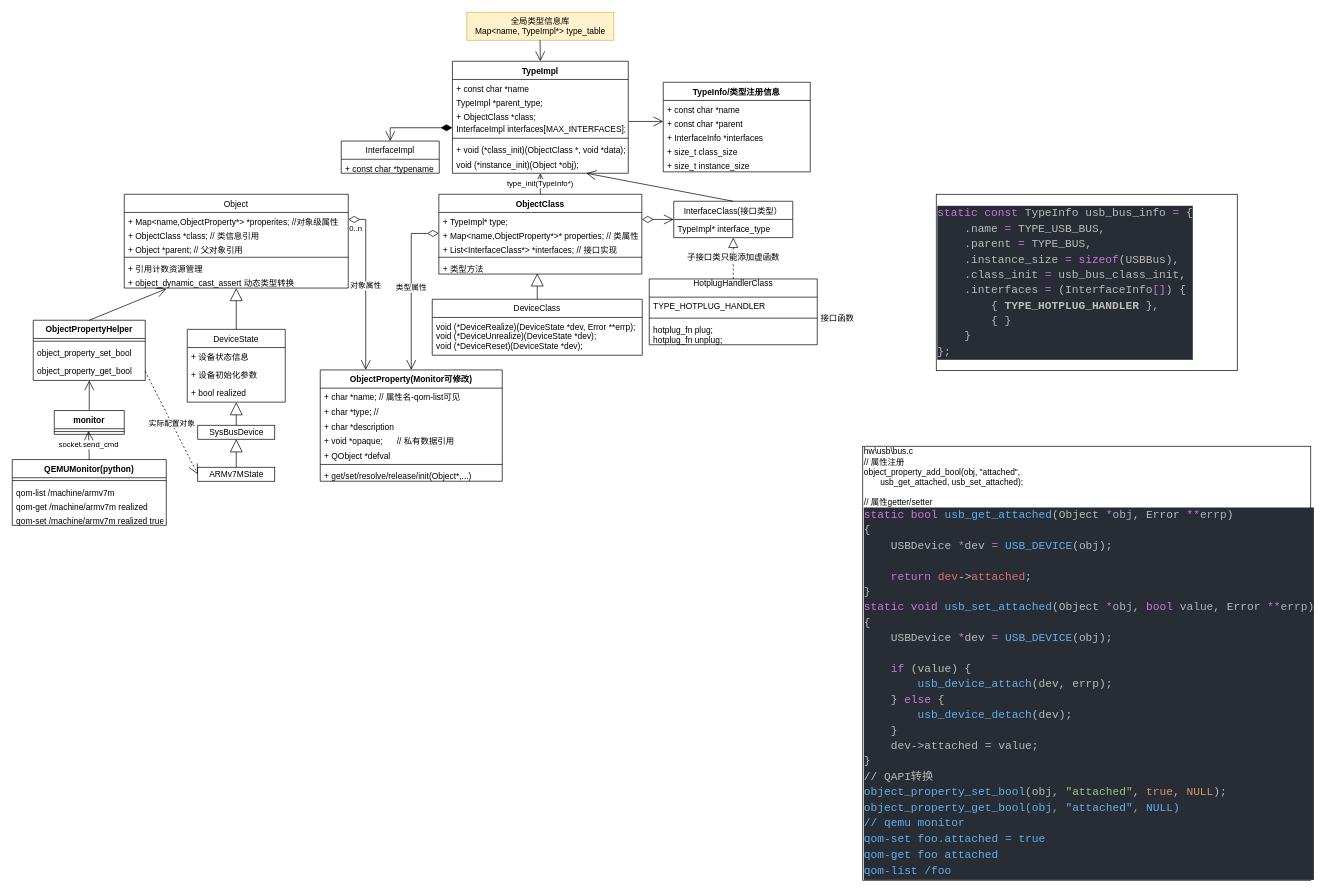
Above: QOM-BigArch.drawio in youtubezou/A-thinking-in-linux (draw.io), before the change. Source tidied: cells renumbered, new cells numbered last; positions are measured from the earlier drawing's top-left corner, leaving out a move shared by most shapes. Both pictures are drawn from the tidied source at 70%, with x=0, y=0 at pixel (12, 12).
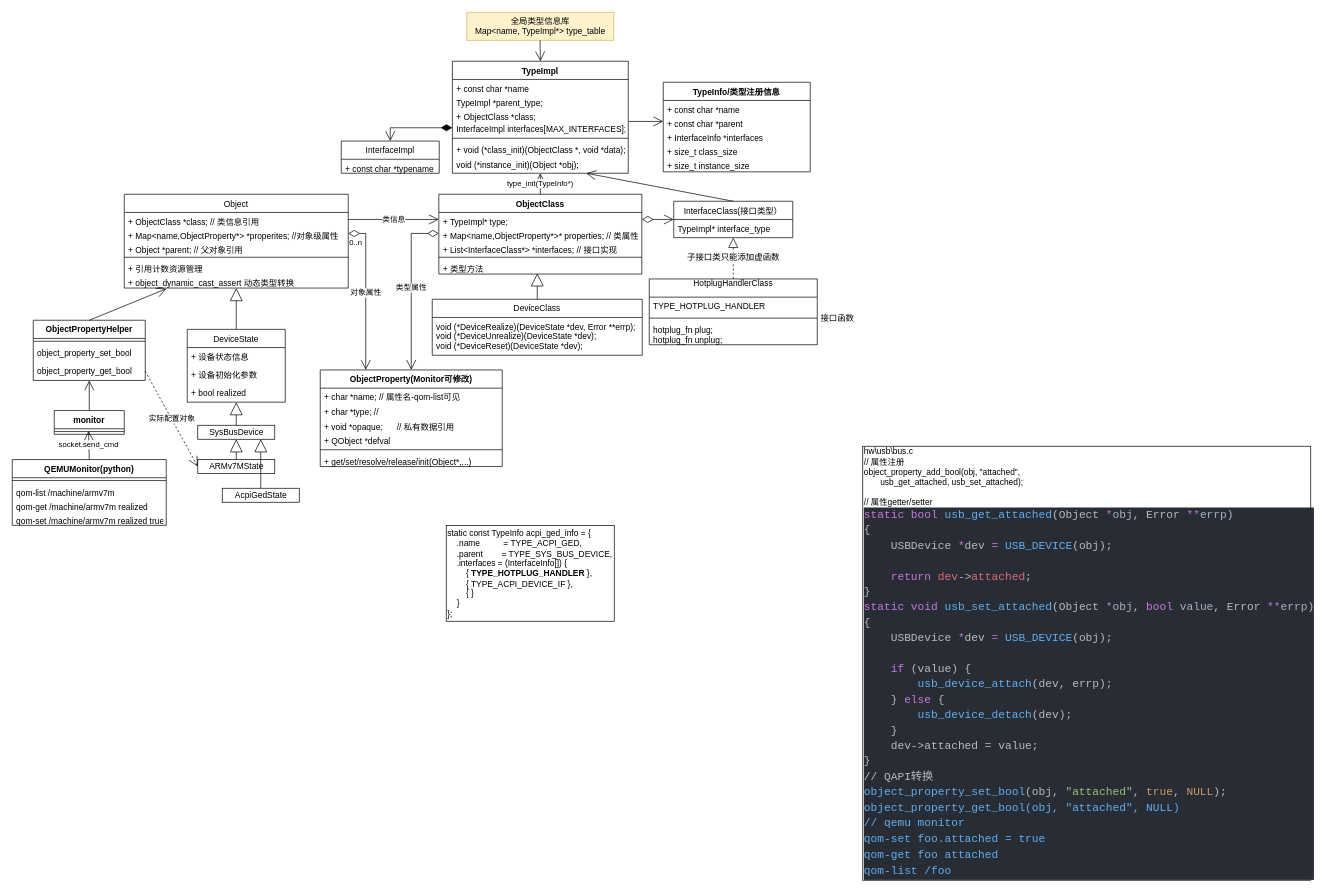
After the change.

Unchanged cells that the change refers to:
```xml
<mxCell id="2" value="Object" style="swimlane;fontStyle=0;horizontal=1;startSize=26;fillColor=none;" parent="1" vertex="1">
  <mxGeometry x="160" y="260" width="320" height="134" as="geometry" />
</mxCell>
<mxCell id="10" value="+ TypeImpl* type;" style="text;strokeColor=none;fillColor=none;align=left;verticalAlign=top;spacingLeft=4;spacingRight=4;overflow=hidden;points=[[0,0.5],[1,0.5]];portConstraint=eastwest;" parent="9" vertex="1">
  <mxGeometry y="26" width="290" height="20" as="geometry" />
</mxCell>
<mxCell id="48" value="SysBusDevice" style="html=1;" parent="1" vertex="1">
  <mxGeometry x="265" y="590" width="110" height="20" as="geometry" />
</mxCell>
```

What changed in the source:
```diff
@@
+    <mxCell id="4" value="+ ObjectClass *class; // 类信息引用" style="text;strokeColor=none;fillColor=none;align=left;verticalAlign=top;spacingLeft=4;spacingRight=4;overflow=hidden;points=[[0,0.5],[1,0.5]];portConstraint=eastwest;" parent="2" vertex="1">
+      <mxGeometry y="26" width="320" height="20" as="geometry" />
+    </mxCell>
     <mxCell id="3" value="+ Map&lt;name,ObjectProperty*&gt; *properites; //对象级属性" style="text;strokeColor=none;fillColor=none;align=left;verticalAlign=top;spacingLeft=4;spacingRight=4;overflow=hidden;points=[[0,0.5],[1,0.5]];portConstraint=eastwest;" parent="2" vertex="1">
-      <mxGeometry y="26" width="320" height="20" as="geometry" />
+      <mxGeometry y="46" width="320" height="20" as="geometry" />
     </mxCell>
-    <mxCell id="4" value="+ ObjectClass *class; // 类信息引用" style="text;strokeColor=none;fillColor=none;align=left;verticalAlign=top;spacingLeft=4;spacingRight=4;overflow=hidden;points=[[0,0.5],[1,0.5]];portConstraint=eastwest;" parent="2" vertex="1">
-      <mxGeometry y="46" width="320" height="20" as="geometry" />
-    </mxCell>
@@
     <mxCell id="30" value="ObjectProperty(Monitor可修改)" style="swimlane;fontStyle=1;align=center;verticalAlign=top;horizontal=1;startSize=26;" parent="1" vertex="1">
-      <mxGeometry x="440" y="511" width="260" height="159" as="geometry" />
+      <mxGeometry x="440" y="511" width="260" height="138" as="geometry" />
     </mxCell>
@@
-    <mxCell id="33" value="+ char *description" style="text;strokeColor=none;fillColor=none;align=left;verticalAlign=top;spacingLeft=4;spacingRight=4;overflow=hidden;" parent="30" vertex="1">
-      <mxGeometry y="68" width="260" height="21" as="geometry" />
-    </mxCell>
     <mxCell id="34" value="+ void *opaque;      // 私有数据引用" style="text;strokeColor=none;fillColor=none;align=left;verticalAlign=top;spacingLeft=4;spacingRight=4;overflow=hidden;" parent="30" vertex="1">
-      <mxGeometry y="89" width="260" height="21" as="geometry" />
+      <mxGeometry y="68" width="260" height="21" as="geometry" />
     </mxCell>
     <mxCell id="35" value="+ QObject *defval" style="text;strokeColor=none;fillColor=none;align=left;verticalAlign=top;spacingLeft=4;spacingRight=4;overflow=hidden;" parent="30" vertex="1">
-      <mxGeometry y="110" width="260" height="21" as="geometry" />
+      <mxGeometry y="89" width="260" height="21" as="geometry" />
     </mxCell>
     <mxCell id="36" style="line;strokeWidth=1;fillColor=none;align=left;verticalAlign=middle;spacingTop=-1;spacingLeft=3;spacingRight=3;labelPosition=right;" parent="30" vertex="1">
-      <mxGeometry y="131" width="260" height="8" as="geometry" />
+      <mxGeometry y="110" width="260" height="8" as="geometry" />
     </mxCell>
     <mxCell id="37" value="+ get/set/resolve/release/init(Object*,...)" style="text;strokeColor=none;fillColor=none;align=left;verticalAlign=top;spacingLeft=4;spacingRight=4;overflow=hidden;" parent="30" vertex="1">
-      <mxGeometry y="139" width="260" height="20" as="geometry" />
+      <mxGeometry y="118" width="260" height="20" as="geometry" />
     </mxCell>
@@
     <mxCell id="50" value="ARMv7MState" style="html=1;" parent="1" vertex="1">
-      <mxGeometry x="265" y="650" width="110" height="20" as="geometry" />
+      <mxGeometry x="265" y="639" width="110" height="20" as="geometry" />
     </mxCell>
@@
-    <mxCell id="62" value="&lt;div style=&quot;color: rgb(187 , 187 , 187) ; background-color: rgb(40 , 44 , 52) ; font-family: &amp;#34;consolas&amp;#34; , &amp;#34;courier new&amp;#34; , monospace ; font-size: 16px ; line-height: 22px&quot;&gt;&lt;div&gt;&lt;span style=&quot;color: #c678dd&quot;&gt;static&lt;/span&gt;&amp;nbsp;&lt;span style=&quot;color: #c678dd&quot;&gt;const&lt;/span&gt;&amp;nbsp;TypeInfo&amp;nbsp;usb_bus_info&amp;nbsp;&lt;span style=&quot;color: #c678dd&quot;&gt;=&lt;/span&gt;&amp;nbsp;{&lt;/div&gt;&lt;div&gt;&amp;nbsp;&amp;nbsp;&amp;nbsp;&amp;nbsp;.name&amp;nbsp;&lt;span style=&quot;color: #c678dd&quot;&gt;=&lt;/span&gt;&amp;nbsp;TYPE_USB_BUS,&lt;/div&gt;&lt;div&gt;&amp;nbsp;&amp;nbsp;&amp;nbsp;&amp;nbsp;.parent&amp;nbsp;&lt;span style=&quot;color: #c678dd&quot;&gt;=&lt;/span&gt;&amp;nbsp;TYPE_BUS,&lt;/div&gt;&lt;div&gt;&amp;nbsp;&amp;nbsp;&amp;nbsp;&amp;nbsp;.instance_size&amp;nbsp;&lt;span style=&quot;color: #c678dd&quot;&gt;=&lt;/span&gt;&amp;nbsp;&lt;span style=&quot;color: #c678dd&quot;&gt;sizeof&lt;/span&gt;(USBBus),&lt;/div&gt;&lt;div&gt;&amp;nbsp;&amp;nbsp;&amp;nbsp;&amp;nbsp;.class_init&amp;nbsp;&lt;span style=&quot;color: #c678dd&quot;&gt;=&lt;/span&gt;&amp;nbsp;usb_bus_class_init,&lt;/div&gt;&lt;div&gt;&amp;nbsp;&amp;nbsp;&amp;nbsp;&amp;nbsp;.interfaces&amp;nbsp;&lt;span style=&quot;color: #c678dd&quot;&gt;=&lt;/span&gt;&amp;nbsp;(InterfaceInfo&lt;span style=&quot;color: #c678dd&quot;&gt;[]&lt;/span&gt;)&amp;nbsp;{&lt;/div&gt;&lt;div&gt;&amp;nbsp;&amp;nbsp;&amp;nbsp;&amp;nbsp;&amp;nbsp;&amp;nbsp;&amp;nbsp;&amp;nbsp;{&amp;nbsp;&lt;b&gt;TYPE_HOTPLUG_HANDLER&lt;/b&gt;&amp;nbsp;},&lt;/div&gt;&lt;div&gt;&amp;nbsp;&amp;nbsp;&amp;nbsp;&amp;nbsp;&amp;nbsp;&amp;nbsp;&amp;nbsp;&amp;nbsp;{&amp;nbsp;}&lt;/div&gt;&lt;div&gt;&amp;nbsp;&amp;nbsp;&amp;nbsp;&amp;nbsp;}&lt;/div&gt;&lt;div&gt;};&lt;/div&gt;&lt;/div&gt;" style="html=1;align=left;" parent="1" vertex="1">
-      <mxGeometry x="1320" y="260" width="430" height="252" as="geometry" />
-    </mxCell>
@@
+    <mxCell id="85" value="AcpiGedState" style="html=1;" parent="1" vertex="1">
+      <mxGeometry x="300" y="680" width="110" height="20" as="geometry" />
+    </mxCell>
+    <mxCell id="86" style="endArrow=block;endSize=16;endFill=0;html=1;rounded=0;entryX=0.818;entryY=1;entryDx=0;entryDy=0;entryPerimeter=0;" parent="1" edge="1" source="85" target="48">
+      <mxGeometry relative="1" as="geometry" />
+    </mxCell>
+    <mxCell id="87" value="类信息" style="endArrow=open;endFill=1;endSize=12;html=1;rounded=0;exitX=1;exitY=0.5;exitDx=0;exitDy=0;entryX=0;entryY=0.5;entryDx=0;entryDy=0;" parent="1" edge="1" source="4" target="10">
+      <mxGeometry relative="1" as="geometry" />
+    </mxCell>
+    <mxCell id="88" value="&lt;div&gt;static const TypeInfo acpi_ged_info = {&lt;/div&gt;&lt;div&gt;&amp;nbsp; &amp;nbsp; .name&amp;nbsp; &amp;nbsp; &amp;nbsp; &amp;nbsp; &amp;nbsp; = TYPE_ACPI_GED,&lt;/div&gt;&lt;div&gt;&amp;nbsp; &amp;nbsp; .parent&amp;nbsp; &amp;nbsp; &amp;nbsp; &amp;nbsp; = TYPE_SYS_BUS_DEVICE,&lt;/div&gt;&lt;div&gt;&amp;nbsp; &amp;nbsp; .interfaces = (InterfaceInfo[]) {&lt;/div&gt;&lt;div&gt;&amp;nbsp; &amp;nbsp; &amp;nbsp; &amp;nbsp; { &lt;b&gt;TYPE_HOTPLUG_HANDLER &lt;/b&gt;},&lt;/div&gt;&lt;div&gt;&amp;nbsp; &amp;nbsp; &amp;nbsp; &amp;nbsp; { TYPE_ACPI_DEVICE_IF },&lt;/div&gt;&lt;div&gt;&amp;nbsp; &amp;nbsp; &amp;nbsp; &amp;nbsp; { }&lt;/div&gt;&lt;div&gt;&amp;nbsp; &amp;nbsp; }&lt;/div&gt;&lt;div&gt;};&lt;/div&gt;" style="html=1;align=left;" parent="1" vertex="1">
+      <mxGeometry x="620" y="733" width="240" height="137" as="geometry" />
+    </mxCell>
```
